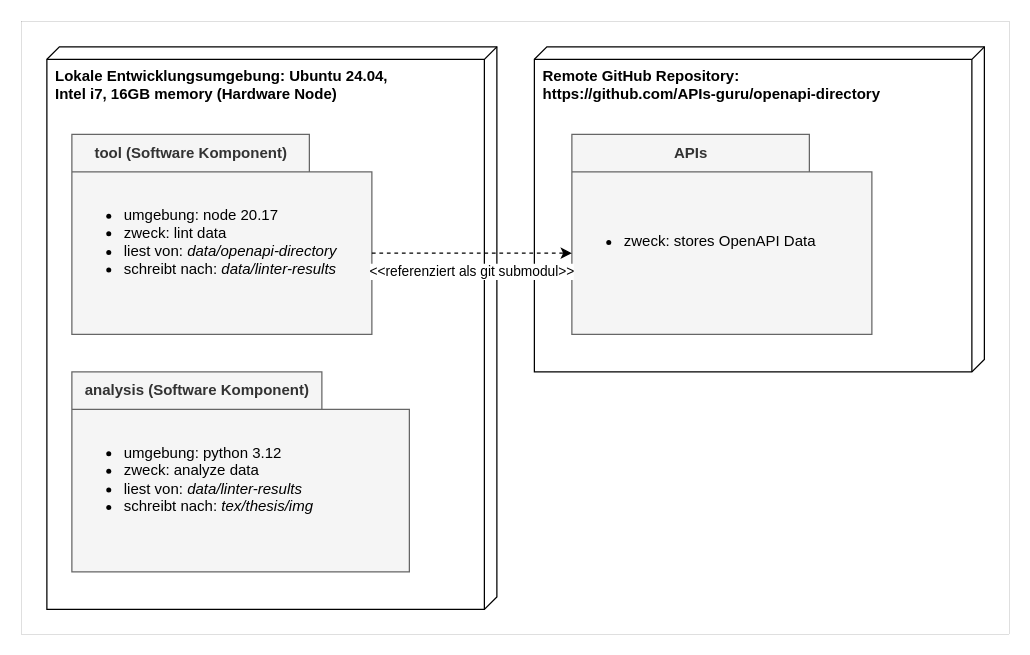
Above: requirements/diagram/deploymentview.drawio in paulbrenker/thesis (draw.io), before the change. Source tidied: cells renumbered, new cells numbered last; positions are measured from the earlier drawing's top-left corner, leaving out a move shared by most shapes. Both pictures are drawn from the tidied source at 125%, with x=0, y=0 at pixel (21, 21).
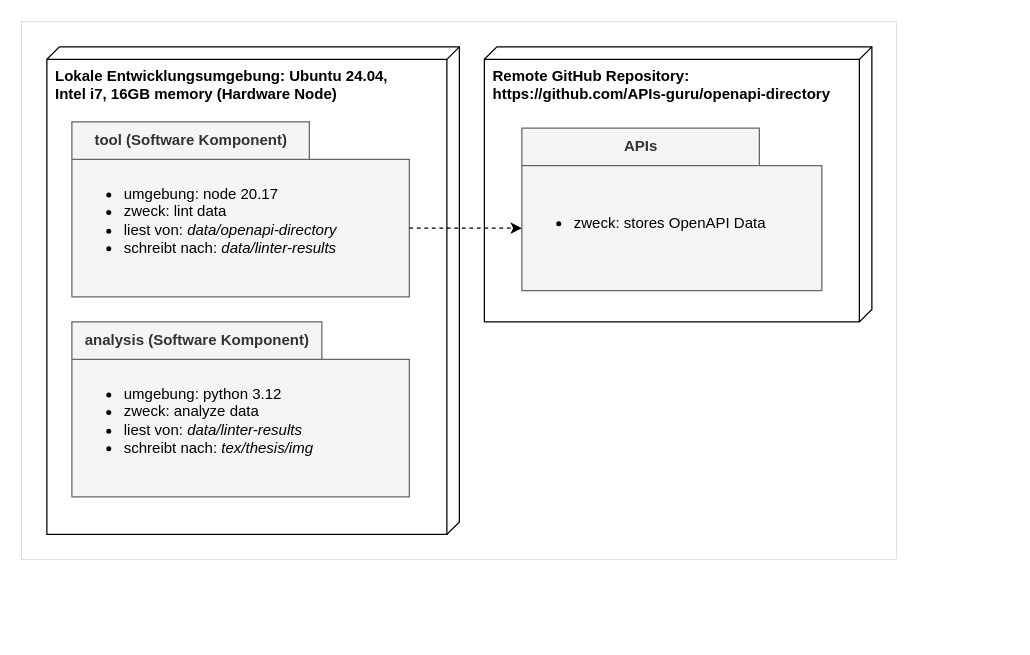
The same diagram, later.

Commit message (it also covers changes not shown here):
compact deploymentview

What changed in the source:
```diff
@@
 <mxGraphModel>
   <root>
     <mxCell id="0" />
     <mxCell id="1" parent="0" />
     <mxCell id="2" style="rounded=0;whiteSpace=wrap;html=1;strokeWidth=0;" parent="1" vertex="1">
-      <mxGeometry width="790" height="490" as="geometry" />
+      <mxGeometry width="700" height="430" as="geometry" />
     </mxCell>
     <mxCell id="3" value="&lt;b&gt;Lokale Entwicklungsumgebung: Ubuntu 24.04,&amp;nbsp;&lt;br&gt;Intel i7, 16GB memory (Hardware Node)&lt;/b&gt;" style="verticalAlign=top;align=left;shape=cube;size=10;direction=south;fontStyle=0;html=1;boundedLbl=1;spacingLeft=5;" parent="1" vertex="1">
-      <mxGeometry x="20" y="20" width="360" height="450" as="geometry" />
+      <mxGeometry x="20" y="20" width="330" height="390" as="geometry" />
     </mxCell>
     <mxCell id="4" value="tool (Software Komponent)" style="shape=folder;fontStyle=1;tabWidth=190;tabHeight=30;tabPosition=left;html=1;boundedLbl=1;labelInHeader=1;fillColor=#f5f5f5;fontColor=#333333;strokeColor=#666666;" parent="1" vertex="1">
-      <mxGeometry x="40" y="90" width="240" height="160" as="geometry" />
+      <mxGeometry x="40" y="80" width="270" height="140" as="geometry" />
     </mxCell>
     <mxCell id="5" value="&lt;ul&gt;&lt;li&gt;umgebung: node 20.17&lt;/li&gt;&lt;li&gt;zweck: lint data&lt;i&gt;&lt;br&gt;&lt;/i&gt;&lt;/li&gt;&lt;li&gt;liest von:&amp;nbsp;&lt;i&gt;data/openapi-directory&lt;/i&gt;&lt;/li&gt;&lt;li&gt;schreibt nach:&amp;nbsp;&lt;i&gt;data/linter-results&lt;/i&gt;&lt;/li&gt;&lt;/ul&gt;" style="html=1;strokeColor=none;fillColor=none;align=left;" parent="4" vertex="1">
-      <mxGeometry width="240" height="112" relative="1" as="geometry">
+      <mxGeometry width="270" height="98" relative="1" as="geometry">
         <mxPoint y="30" as="offset" />
       </mxGeometry>
     </mxCell>
     <mxCell id="6" value="analysis (Software Komponent)" style="shape=folder;fontStyle=1;tabWidth=200;tabHeight=30;tabPosition=left;html=1;boundedLbl=1;labelInHeader=1;fillColor=#f5f5f5;fontColor=#333333;strokeColor=#666666;" parent="1" vertex="1">
-      <mxGeometry x="40" y="280" width="270" height="160" as="geometry" />
+      <mxGeometry x="40" y="240" width="270" height="140" as="geometry" />
     </mxCell>
     <mxCell id="7" value="&lt;ul&gt;&lt;li&gt;umgebung: python 3.12&lt;/li&gt;&lt;li&gt;zweck: analyze data&lt;/li&gt;&lt;li&gt;liest von: &lt;i&gt;data/linter-results&lt;/i&gt;&lt;/li&gt;&lt;li&gt;schreibt nach: &lt;i&gt;tex/thesis/img&lt;/i&gt;&lt;/li&gt;&lt;/ul&gt;" style="html=1;strokeColor=none;fillColor=none;align=left;" parent="6" vertex="1">
-      <mxGeometry width="270" height="112" relative="1" as="geometry">
+      <mxGeometry width="270" height="98" relative="1" as="geometry">
         <mxPoint y="30" as="offset" />
       </mxGeometry>
     </mxCell>
     <mxCell id="8" value="&lt;b&gt;Remote GitHub Repository:&amp;nbsp;&lt;br&gt;https://github.com/APIs-guru/openapi-directory&lt;/b&gt;" style="verticalAlign=top;align=left;shape=cube;size=10;direction=south;fontStyle=0;html=1;boundedLbl=1;spacingLeft=5;" parent="1" vertex="1">
-      <mxGeometry x="410" y="20" width="360" height="260" as="geometry" />
+      <mxGeometry x="370" y="20" width="310" height="220" as="geometry" />
     </mxCell>
     <mxCell id="9" value="APIs" style="shape=folder;fontStyle=1;tabWidth=190;tabHeight=30;tabPosition=left;html=1;boundedLbl=1;labelInHeader=1;fillColor=#f5f5f5;fontColor=#333333;strokeColor=#666666;" parent="1" vertex="1">
-      <mxGeometry x="440" y="90" width="240" height="160" as="geometry" />
+      <mxGeometry x="400" y="85" width="240" height="130" as="geometry" />
     </mxCell>
     <mxCell id="10" value="&lt;ul&gt;&lt;li&gt;&lt;span style=&quot;background-color: initial;&quot;&gt;zweck: stores OpenAPI Data&lt;/span&gt;&lt;/li&gt;&lt;/ul&gt;" style="html=1;strokeColor=none;fillColor=none;align=left;" parent="9" vertex="1">
-      <mxGeometry width="240" height="112" relative="1" as="geometry">
+      <mxGeometry width="240" height="91" relative="1" as="geometry">
         <mxPoint y="30" as="offset" />
       </mxGeometry>
     </mxCell>
-    <mxCell id="11" value="&amp;lt;&amp;lt;referenziert als git submodul&amp;gt;&amp;gt;" style="endArrow=classic;html=1;exitX=0;exitY=0;exitDx=240.00000000000003;exitDy=95;exitPerimeter=0;entryX=0;entryY=0;entryDx=0;entryDy=95;entryPerimeter=0;dashed=1;" parent="1" edge="1" source="4" target="9">
-      <mxGeometry y="-15" relative="1" as="geometry" />
+    <mxCell id="11" style="endArrow=classic;html=1;exitX=0;exitY=0;exitDx=270;exitDy=85;exitPerimeter=0;entryX=0;entryY=0;entryDx=0;entryDy=80;entryPerimeter=0;dashed=1;" parent="1" edge="1" source="4" target="9">
+      <mxGeometry relative="1" as="geometry" />
     </mxCell>
   </root>
 </mxGraphModel>
```
